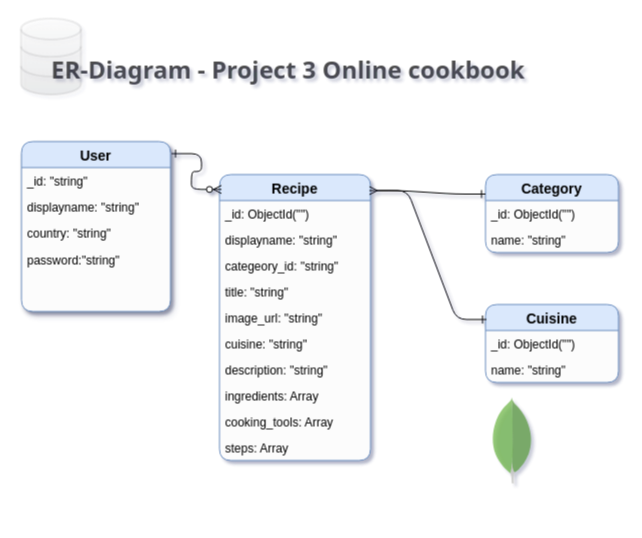
Earlier version of the draw.io diagram assets/ER_Diagram_Project_3.drawio (wickyakloe/Online-Cookbook). Source tidied: cells renumbered, new cells numbered last; positions are measured from the earlier drawing's top-left corner, leaving out a move shared by most shapes. Both pictures are drawn from the tidied source at 100%, with x=0, y=0 at pixel (20, 18).
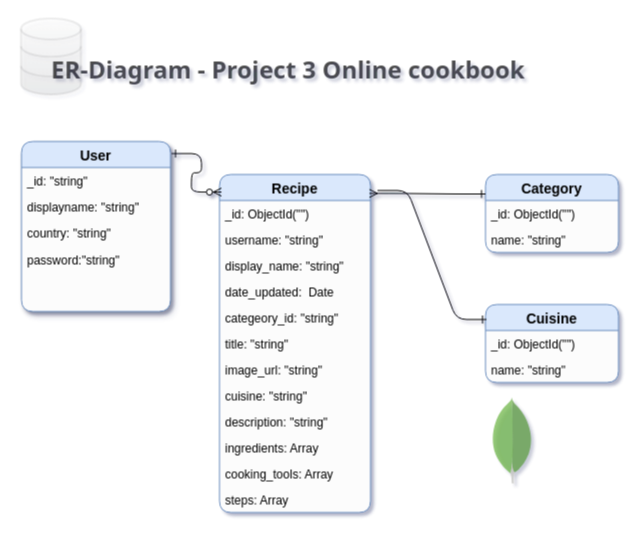
After the change.

The edit, as a diff of the source:
```diff
@@
     <mxCell id="2" value="Recipe" style="swimlane;fontStyle=1;horizontal=1;startSize=26;fillColor=#dae8fc;swimlaneFillColor=#FCFCFC;align=center;fontSize=14;strokeColor=#6c8ebf;rounded=1;" parent="1" vertex="1">
-      <mxGeometry x="199" y="156" width="151" height="286" as="geometry" />
+      <mxGeometry x="199" y="156" width="151" height="338" as="geometry" />
     </mxCell>
@@
-    <mxCell id="4" value="displayname: &quot;string&quot;" style="text;strokeColor=none;fillColor=none;spacingLeft=4;spacingRight=4;overflow=hidden;fontSize=12;" parent="2" vertex="1">
+    <mxCell id="4" value="username: &quot;string&quot;" style="text;strokeColor=none;fillColor=none;spacingLeft=4;spacingRight=4;overflow=hidden;fontSize=12;" parent="2" vertex="1">
       <mxGeometry y="52" width="151" height="26" as="geometry" />
     </mxCell>
+    <mxCell id="30" value="display_name: &quot;string&quot;" style="text;strokeColor=none;fillColor=none;spacingLeft=4;spacingRight=4;overflow=hidden;fontSize=12;" parent="2" vertex="1">
+      <mxGeometry y="78" width="151" height="26" as="geometry" />
+    </mxCell>
+    <mxCell id="31" value="date_updated:  Date" style="text;strokeColor=none;fillColor=none;spacingLeft=4;spacingRight=4;overflow=hidden;fontSize=12;" parent="2" vertex="1">
+      <mxGeometry y="104" width="151" height="26" as="geometry" />
+    </mxCell>
     <mxCell id="5" value="categeory_id: &quot;string&quot;" style="text;strokeColor=none;fillColor=none;spacingLeft=4;spacingRight=4;overflow=hidden;fontSize=12;" parent="2" vertex="1">
-      <mxGeometry y="78" width="151" height="26" as="geometry" />
+      <mxGeometry y="130" width="151" height="26" as="geometry" />
     </mxCell>
     <mxCell id="6" value="title: &quot;string&quot;" style="text;strokeColor=none;fillColor=none;spacingLeft=4;spacingRight=4;overflow=hidden;fontSize=12;" parent="2" vertex="1">
-      <mxGeometry y="104" width="151" height="26" as="geometry" />
+      <mxGeometry y="156" width="151" height="26" as="geometry" />
     </mxCell>
     <mxCell id="7" value="image_url: &quot;string&quot;" style="text;strokeColor=none;fillColor=none;spacingLeft=4;spacingRight=4;overflow=hidden;fontSize=12;" parent="2" vertex="1">
-      <mxGeometry y="130" width="151" height="26" as="geometry" />
+      <mxGeometry y="182" width="151" height="26" as="geometry" />
     </mxCell>
     <mxCell id="8" value="cuisine: &quot;string&quot;" style="text;strokeColor=none;fillColor=none;spacingLeft=4;spacingRight=4;overflow=hidden;fontSize=12;" parent="2" vertex="1">
-      <mxGeometry y="156" width="151" height="26" as="geometry" />
+      <mxGeometry y="208" width="151" height="26" as="geometry" />
     </mxCell>
     <mxCell id="9" value="description: &quot;string&quot;" style="text;strokeColor=none;fillColor=none;spacingLeft=4;spacingRight=4;overflow=hidden;fontSize=12;" parent="2" vertex="1">
-      <mxGeometry y="182" width="151" height="26" as="geometry" />
+      <mxGeometry y="234" width="151" height="26" as="geometry" />
     </mxCell>
     <mxCell id="10" value="ingredients: Array&#10;" style="text;strokeColor=none;fillColor=none;spacingLeft=4;spacingRight=4;overflow=hidden;fontSize=12;" parent="2" vertex="1">
-      <mxGeometry y="208" width="151" height="26" as="geometry" />
+      <mxGeometry y="260" width="151" height="26" as="geometry" />
     </mxCell>
     <mxCell id="11" value="cooking_tools: Array" style="text;strokeColor=none;fillColor=none;spacingLeft=4;spacingRight=4;overflow=hidden;fontSize=12;" parent="2" vertex="1">
-      <mxGeometry y="234" width="151" height="26" as="geometry" />
+      <mxGeometry y="286" width="151" height="26" as="geometry" />
     </mxCell>
     <mxCell id="12" value="steps: Array" style="text;strokeColor=none;fillColor=none;spacingLeft=4;spacingRight=4;overflow=hidden;fontSize=12;" parent="2" vertex="1">
-      <mxGeometry y="260" width="151" height="26" as="geometry" />
+      <mxGeometry y="312" width="151" height="26" as="geometry" />
     </mxCell>
```
